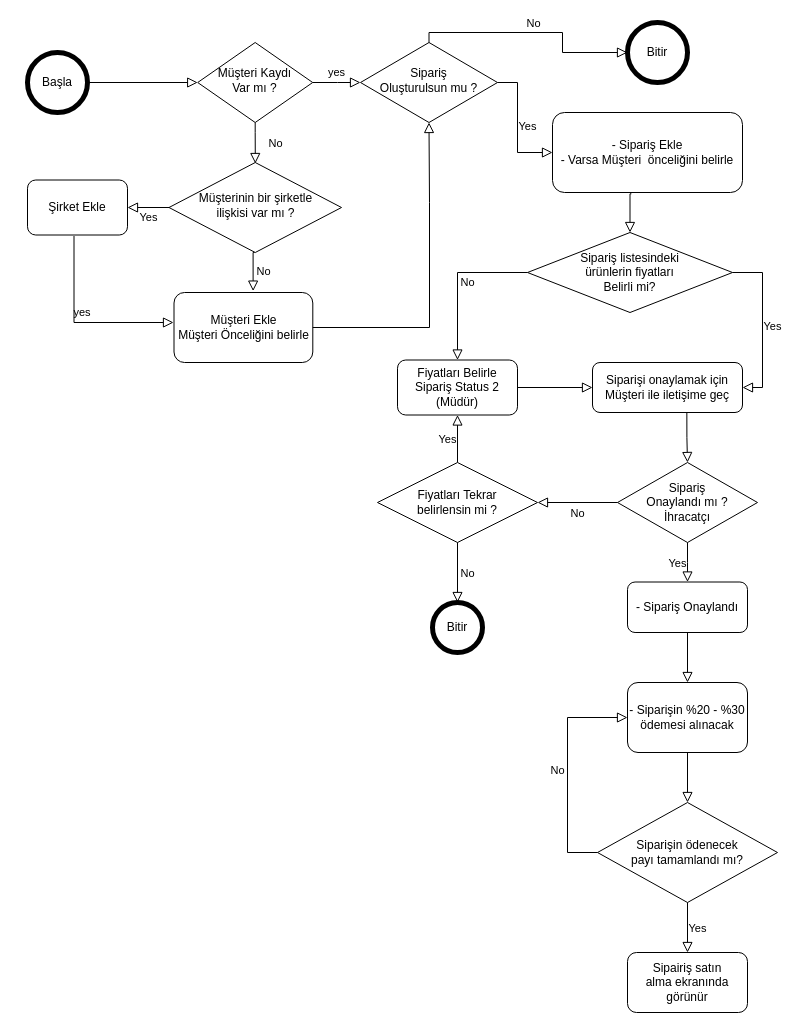
Above: akisdiyagrami.drawio in viacelal/diagram (draw.io), before the change. Source tidied: cells renumbered, new cells numbered last; positions are measured from the earlier drawing's top-left corner, leaving out a move shared by most shapes. Both pictures are drawn from the tidied source at 100%, with x=0, y=0 at pixel (27, 22).
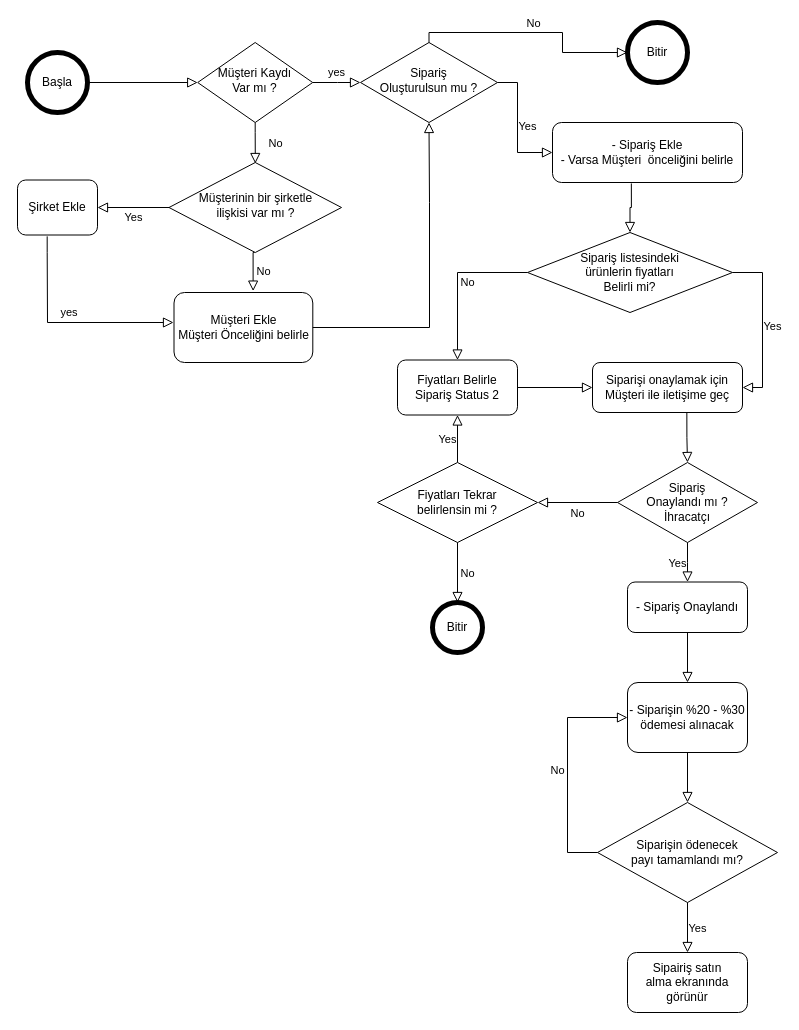
The same page after the edit.

Diff of the diagram source:
```diff
@@
     <mxCell id="9" value="- Sipariş Ekle&lt;br&gt;- Varsa Müşteri&amp;nbsp; önceliğini belirle" style="rounded=1;whiteSpace=wrap;html=1;fontSize=12;glass=0;strokeWidth=1;shadow=0;" parent="1" vertex="1">
-      <mxGeometry x="525" y="90" width="190" height="80" as="geometry" />
+      <mxGeometry x="525" y="100" width="190" height="60" as="geometry" />
     </mxCell>
@@
     <mxCell id="13" value="Şirket Ekle" style="rounded=1;whiteSpace=wrap;html=1;fontSize=12;glass=0;strokeWidth=1;shadow=0;" parent="1" vertex="1">
-      <mxGeometry y="157.5" width="100" height="55" as="geometry" />
+      <mxGeometry x="-10" y="157.5" width="80" height="55" as="geometry" />
     </mxCell>
@@
-    <mxCell id="15" value="&amp;nbsp;yes" style="edgeStyle=orthogonalEdgeStyle;rounded=0;html=1;jettySize=auto;fontSize=11;endArrow=block;endFill=0;endSize=8;strokeWidth=1;shadow=0;labelBackgroundColor=none;exitX=0.465;exitY=1.018;exitDx=0;exitDy=0;exitPerimeter=0;" parent="1" edge="1" source="13">
+    <mxCell id="15" value="&amp;nbsp;yes" style="edgeStyle=orthogonalEdgeStyle;rounded=0;html=1;jettySize=auto;fontSize=11;endArrow=block;endFill=0;endSize=8;strokeWidth=1;shadow=0;labelBackgroundColor=none;exitX=0.371;exitY=1.025;exitDx=0;exitDy=0;exitPerimeter=0;" parent="1" edge="1" source="13">
       <mxGeometry y="10" relative="1" as="geometry">
         <mxPoint x="146" y="300" as="targetPoint" />
         <Array as="points">
-          <mxPoint x="47" y="300" />
+          <mxPoint x="20" y="230" />
+          <mxPoint x="20" y="230" />
+          <mxPoint x="20" y="300" />
         </Array>
       </mxGeometry>
     </mxCell>
@@
-    <mxCell id="19" value="Fiyatları Belirle&lt;br&gt;Sipariş Status 2&lt;br&gt;(Müdür)" style="rounded=1;whiteSpace=wrap;html=1;fontSize=12;glass=0;strokeWidth=1;shadow=0;" parent="1" vertex="1">
+    <mxCell id="19" value="Fiyatları Belirle&lt;br&gt;Sipariş Status 2" style="rounded=1;whiteSpace=wrap;html=1;fontSize=12;glass=0;strokeWidth=1;shadow=0;" parent="1" vertex="1">
       <mxGeometry x="370" y="337.5" width="120" height="55" as="geometry" />
     </mxCell>
```
